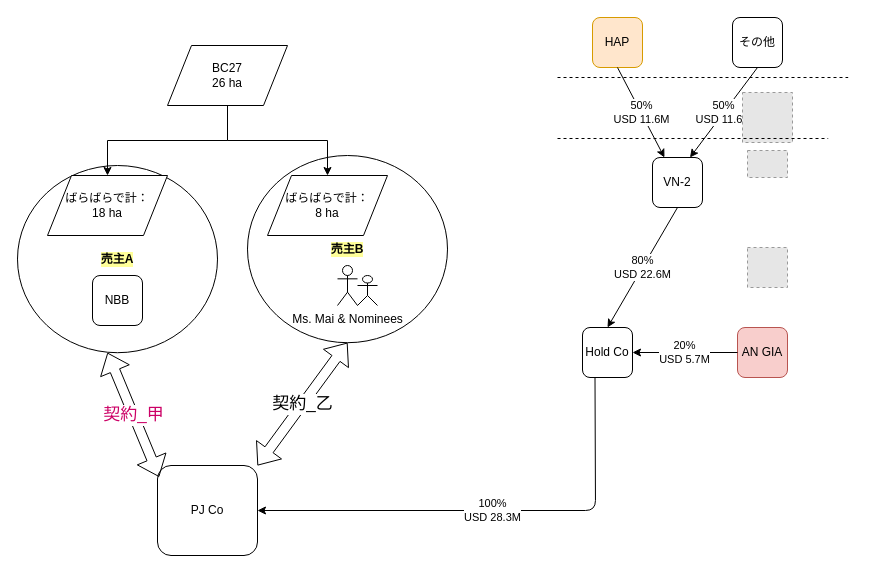
This is page "BC27_Principal Approval" (1 of 4) of Untitled Diagram.drawio from EthanKeng/scrapy_test, a draw.io file, before an edit. Source tidied: cells renumbered, new cells numbered last; positions are measured from the earlier drawing's top-left corner, leaving out a move shared by most shapes. Both pictures are drawn from the tidied source at 100%, with x=0, y=0 at pixel (17, 17). Pictures stored in the file or linked from it are replaced by grey dashed boxes.
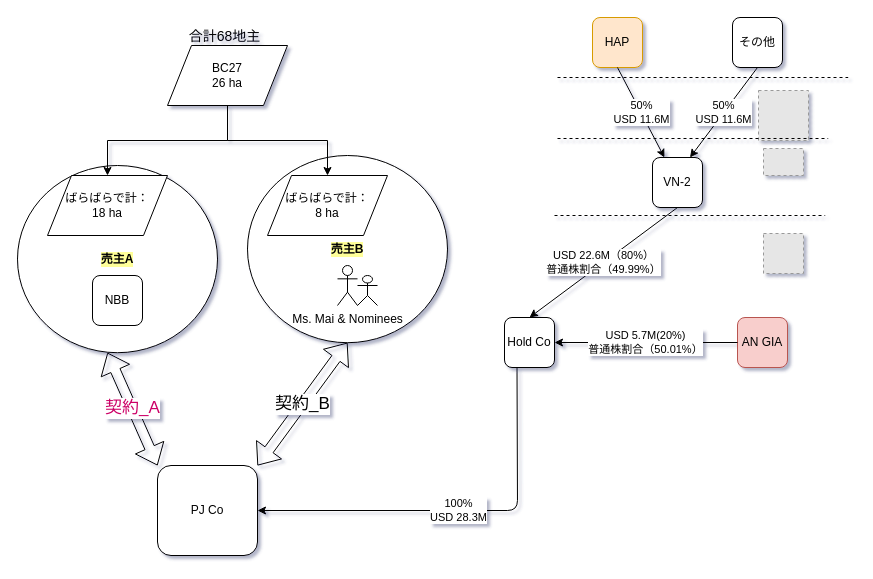
Above is the later version.

Unchanged cells that the change refers to:
```xml
<mxCell id="2" value="売主A" style="ellipse;whiteSpace=wrap;html=1;fontStyle=1;labelBackgroundColor=#FFFF99;" parent="1" vertex="1">
  <mxGeometry y="148" width="200" height="187.2" as="geometry" />
</mxCell>
<mxCell id="3" value="売主B" style="ellipse;whiteSpace=wrap;html=1;fontStyle=1;labelBackgroundColor=#FFFF99;" parent="1" vertex="1">
  <mxGeometry x="230" y="138" width="200" height="187.2" as="geometry" />
</mxCell>
<mxCell id="6" value="VN-2" style="rounded=1;whiteSpace=wrap;html=1;" parent="1" vertex="1">
  <mxGeometry x="635" y="140" width="50" height="50" as="geometry" />
</mxCell>
<mxCell id="15" value="PJ Co" style="rounded=1;whiteSpace=wrap;html=1;" parent="1" vertex="1">
  <mxGeometry x="140" y="448" width="100" height="90" as="geometry" />
</mxCell>
```

Diff of the diagram source:
```diff
@@
-<mxGraphModel>
+<mxGraphModel shadow="1">
@@
     <mxCell id="9" value="Hold Co" style="rounded=1;whiteSpace=wrap;html=1;" parent="1" vertex="1">
-      <mxGeometry x="565" y="310" width="50" height="50" as="geometry" />
+      <mxGeometry x="487" y="300" width="50" height="50" as="geometry" />
     </mxCell>
     <mxCell id="10" style="fillColor=#E6E6E6;strokeColor=#999999;dashed=1;html=1;verticalAlign=top;verticalLabelPosition=bottom;labelBackgroundColor=#ffffff;" parent="1" vertex="1">
-      <mxGeometry x="725" y="75" width="50" height="50" as="geometry" />
+      <mxGeometry x="741" y="73" width="50" height="50" as="geometry" />
     </mxCell>
@@
     <mxCell id="12" style="fillColor=#E6E6E6;strokeColor=#999999;dashed=1;html=1;verticalAlign=top;verticalLabelPosition=bottom;labelBackgroundColor=#ffffff;" parent="1" vertex="1">
-      <mxGeometry x="730" y="133" width="40" height="27" as="geometry" />
+      <mxGeometry x="746" y="131" width="40" height="27" as="geometry" />
     </mxCell>
@@
-    <mxCell id="14" value="80%&lt;br&gt;USD 22.6M" style="endArrow=classic;html=1;entryX=0.5;entryY=0;entryDx=0;entryDy=0;exitX=0.5;exitY=1;exitDx=0;exitDy=0;" parent="1" edge="1" source="6" target="9">
+    <mxCell id="14" value="USD 22.6M（80%）&lt;br&gt;普通株割合（49.99%）" style="endArrow=classic;html=1;entryX=0.5;entryY=0;entryDx=0;entryDy=0;exitX=0.5;exitY=1;exitDx=0;exitDy=0;" parent="1" edge="1" source="6" target="9">
       <mxGeometry relative="1" as="geometry" />
     </mxCell>
@@
     <mxCell id="16" value="100%&lt;br&gt;USD 28.3M" style="endArrow=classic;html=1;exitX=0.25;exitY=1;exitDx=0;exitDy=0;entryX=1;entryY=0.5;entryDx=0;entryDy=0;" parent="1" edge="1" source="9" target="15">
       <mxGeometry relative="1" as="geometry">
         <Array as="points">
-          <mxPoint x="578" y="493" />
+          <mxPoint x="500" y="493" />
         </Array>
       </mxGeometry>
     </mxCell>
     <mxCell id="17" style="fillColor=#E6E6E6;strokeColor=#999999;dashed=1;html=1;verticalAlign=top;verticalLabelPosition=bottom;labelBackgroundColor=#ffffff;" parent="1" vertex="1">
-      <mxGeometry x="730" y="230" width="40" height="40" as="geometry" />
+      <mxGeometry x="746" y="216" width="40" height="40" as="geometry" />
     </mxCell>
@@
     <mxCell id="25" value="AN GIA" style="rounded=1;whiteSpace=wrap;html=1;labelBackgroundColor=none;fillColor=#f8cecc;strokeColor=#b85450;" parent="1" vertex="1">
-      <mxGeometry x="720" y="310" width="50" height="50" as="geometry" />
+      <mxGeometry x="720" y="300" width="50" height="50" as="geometry" />
     </mxCell>
-    <mxCell id="26" value="20%&lt;br&gt;USD 5.7M" style="endArrow=classic;html=1;exitX=0;exitY=0.5;exitDx=0;exitDy=0;entryX=1;entryY=0.5;entryDx=0;entryDy=0;" parent="1" edge="1" source="25" target="9">
+    <mxCell id="26" value="USD 5.7M(20%)&lt;br&gt;普通株割合（50.01%）" style="endArrow=classic;html=1;exitX=0;exitY=0.5;exitDx=0;exitDy=0;entryX=1;entryY=0.5;entryDx=0;entryDy=0;" parent="1" edge="1" source="25" target="9">
       <mxGeometry relative="1" as="geometry" />
     </mxCell>
-    <mxCell id="27" value="契約_乙" style="shape=flexArrow;endArrow=classic;startArrow=classic;html=1;fontColor=#000000;entryX=0.5;entryY=1;entryDx=0;entryDy=0;exitX=1;exitY=0;exitDx=0;exitDy=0;fontSize=17;" parent="1" edge="1" source="15" target="3">
+    <mxCell id="27" value="契約_B" style="shape=flexArrow;endArrow=classic;startArrow=classic;html=1;fontColor=#000000;entryX=0.5;entryY=1;entryDx=0;entryDy=0;exitX=1;exitY=0;exitDx=0;exitDy=0;fontSize=17;" parent="1" edge="1" source="15" target="3">
       <mxGeometry relative="1" as="geometry" />
     </mxCell>
-    <mxCell id="28" value="契約_甲" style="shape=flexArrow;endArrow=classic;startArrow=classic;html=1;fontColor=#CC0066;entryX=0.45;entryY=1;entryDx=0;entryDy=0;exitX=0.016;exitY=0.127;exitDx=0;exitDy=0;entryPerimeter=0;exitPerimeter=0;fontSize=17;" parent="1" edge="1" source="15" target="2">
+    <mxCell id="28" value="契約_A" style="shape=flexArrow;endArrow=classic;startArrow=classic;html=1;fontColor=#CC0066;entryX=0.45;entryY=1;entryDx=0;entryDy=0;entryPerimeter=0;fontSize=17;exitX=0;exitY=0;exitDx=0;exitDy=0;" parent="1" edge="1" source="15" target="2">
       <mxGeometry relative="1" as="geometry" />
     </mxCell>
@@
+    <mxCell id="30" value="合計68地主" style="text;html=1;strokeColor=none;fillColor=none;align=center;verticalAlign=middle;whiteSpace=wrap;rounded=0;fontSize=14;" parent="1" vertex="1">
+      <mxGeometry x="156" y="9" width="103" height="20" as="geometry" />
+    </mxCell>
+    <mxCell id="31" style="endArrow=none;dashed=1;html=1;" parent="1" edge="1">
+      <mxGeometry relative="1" as="geometry">
+        <mxPoint x="537" y="198" as="sourcePoint" />
+        <mxPoint x="807.7" y="198" as="targetPoint" />
+      </mxGeometry>
+    </mxCell>
```
